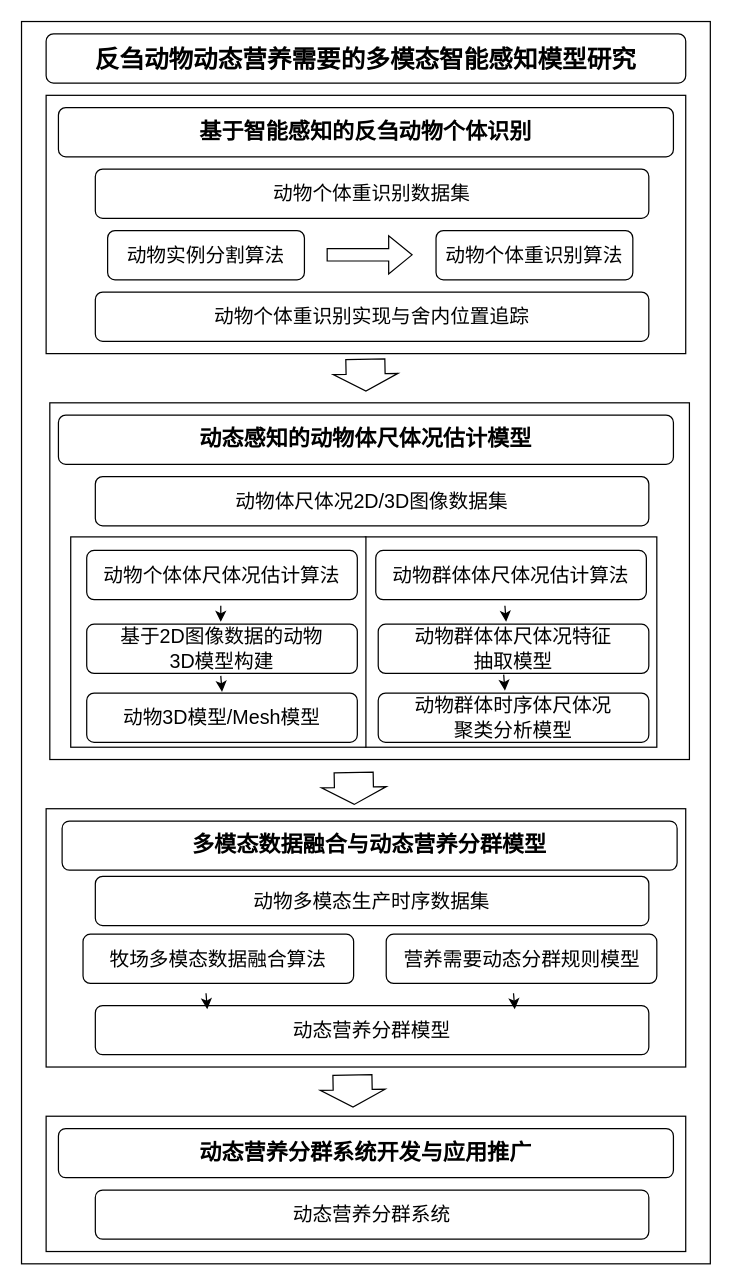
This is 博士研究计划.drawio from yzy1421/Amateur-women-basketball-in-China, a draw.io file, before an edit. Source tidied: cells renumbered, new cells numbered last; positions are measured from the earlier drawing's top-left corner, leaving out a move shared by most shapes. Both pictures are drawn from the tidied source at 123%, with x=0, y=0 at pixel (21, 21).
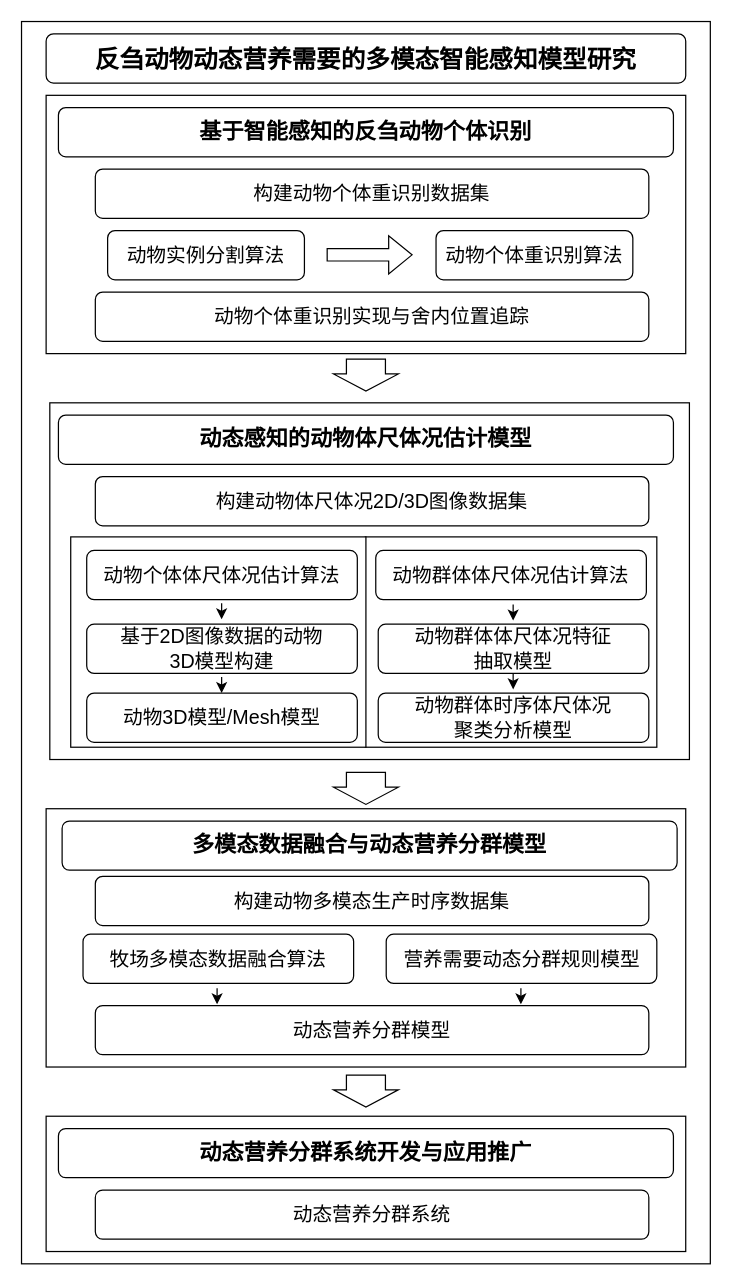
The same page after the edit.

Commit message (it also covers changes not shown here):
更新博士研究计划.drawio

Diff of the diagram source:
```diff
@@
-    <mxCell id="11" value="动物个体重识别数据集" style="rounded=1;whiteSpace=wrap;html=1;fontSize=16;" parent="1" vertex="1">
+    <mxCell id="11" value="构建动物个体重识别数据集" style="rounded=1;whiteSpace=wrap;html=1;fontSize=16;" parent="1" vertex="1">
       <mxGeometry x="60" y="120" width="450" height="40" as="geometry" />
     </mxCell>
@@
     <mxCell id="14" style="shape=flexArrow;endArrow=classic;html=1;rounded=0;width=31.724137931034484;endSize=4.331034482758621;fontSize=14;" parent="1" edge="1">
       <mxGeometry relative="1" as="geometry">
-        <mxPoint x="279.5" y="274" as="sourcePoint" />
+        <mxPoint x="280" y="274" as="sourcePoint" />
         <mxPoint x="280" y="301" as="targetPoint" />
       </mxGeometry>
     </mxCell>
-    <mxCell id="15" value="&lt;p class=&quot;MsoNormal&quot; style=&quot;margin: 0pt; text-align: left; font-family: 宋体;&quot;&gt;&lt;span&gt;动物体尺体况2D/3D图像数据集&lt;/span&gt;&lt;/p&gt;" style="rounded=1;whiteSpace=wrap;html=1;fontSize=16;" parent="1" vertex="1">
+    <mxCell id="15" value="&lt;p class=&quot;MsoNormal&quot; style=&quot;margin: 0pt; text-align: left; font-family: 宋体;&quot;&gt;&lt;span&gt;构建动物体尺体况2D/3D图像数据集&lt;/span&gt;&lt;/p&gt;" style="rounded=1;whiteSpace=wrap;html=1;fontSize=16;" parent="1" vertex="1">
       <mxGeometry x="60" y="370" width="450" height="40" as="geometry" />
     </mxCell>
@@
     <mxCell id="23" style="endArrow=classic;rounded=0;spacing=0;jumpSize=1;fontSize=16;" parent="1" edge="1">
       <mxGeometry relative="1" as="geometry">
-        <mxPoint x="162" y="475" as="sourcePoint" />
-        <mxPoint x="162" y="488" as="targetPoint" />
+        <mxPoint x="162.7" y="473" as="sourcePoint" />
+        <mxPoint x="162.7" y="486" as="targetPoint" />
       </mxGeometry>
     </mxCell>
     <mxCell id="24" style="endArrow=classic;html=1;rounded=0;fontSize=16;" parent="1" edge="1">
       <mxGeometry relative="1" as="geometry">
-        <mxPoint x="393" y="475" as="sourcePoint" />
-        <mxPoint x="394" y="488" as="targetPoint" />
+        <mxPoint x="399.7" y="474" as="sourcePoint" />
+        <mxPoint x="399.7" y="487" as="targetPoint" />
       </mxGeometry>
     </mxCell>
     <mxCell id="25" style="endArrow=classic;html=1;rounded=0;fontSize=16;" parent="1" edge="1">
       <mxGeometry relative="1" as="geometry">
-        <mxPoint x="162" y="532" as="sourcePoint" />
-        <mxPoint x="163" y="545" as="targetPoint" />
+        <mxPoint x="162.7" y="533" as="sourcePoint" />
+        <mxPoint x="162.7" y="546" as="targetPoint" />
       </mxGeometry>
     </mxCell>
     <mxCell id="26" style="endArrow=classic;html=1;rounded=0;fontSize=16;" parent="1" edge="1">
       <mxGeometry relative="1" as="geometry">
-        <mxPoint x="392" y="531" as="sourcePoint" />
-        <mxPoint x="393" y="544" as="targetPoint" />
+        <mxPoint x="399.7" y="530" as="sourcePoint" />
+        <mxPoint x="399.7" y="543" as="targetPoint" />
       </mxGeometry>
     </mxCell>
@@
-    <mxCell id="29" value="&lt;p class=&quot;MsoNormal&quot; style=&quot;margin: 0pt; text-align: left; font-family: 宋体;&quot;&gt;&lt;span&gt;动物多模态生产时序数据集&lt;/span&gt;&lt;/p&gt;" style="rounded=1;whiteSpace=wrap;html=1;fontSize=16;" parent="1" vertex="1">
+    <mxCell id="29" value="&lt;p class=&quot;MsoNormal&quot; style=&quot;margin: 0pt; text-align: left; font-family: 宋体;&quot;&gt;&lt;span&gt;构建动物多模态生产时序数据集&lt;/span&gt;&lt;/p&gt;" style="rounded=1;whiteSpace=wrap;html=1;fontSize=16;" parent="1" vertex="1">
       <mxGeometry x="60" y="695" width="450" height="40" as="geometry" />
     </mxCell>
@@
     <mxCell id="36" style="shape=flexArrow;endArrow=classic;html=1;rounded=0;width=31.724137931034484;endSize=4.331034482758621;fontSize=14;" parent="1" edge="1">
       <mxGeometry relative="1" as="geometry">
-        <mxPoint x="270" y="610" as="sourcePoint" />
-        <mxPoint x="270.5" y="637" as="targetPoint" />
+        <mxPoint x="280" y="610" as="sourcePoint" />
+        <mxPoint x="280" y="637" as="targetPoint" />
       </mxGeometry>
     </mxCell>
     <mxCell id="37" style="endArrow=classic;html=1;rounded=0;fontSize=16;" parent="1" edge="1">
       <mxGeometry relative="1" as="geometry">
-        <mxPoint x="150" y="790" as="sourcePoint" />
-        <mxPoint x="151" y="803" as="targetPoint" />
+        <mxPoint x="159" y="786" as="sourcePoint" />
+        <mxPoint x="159" y="799" as="targetPoint" />
       </mxGeometry>
     </mxCell>
     <mxCell id="38" style="endArrow=classic;html=1;rounded=0;fontSize=16;" parent="1" edge="1">
       <mxGeometry relative="1" as="geometry">
-        <mxPoint x="400" y="790" as="sourcePoint" />
-        <mxPoint x="401" y="803" as="targetPoint" />
+        <mxPoint x="406" y="786" as="sourcePoint" />
+        <mxPoint x="406" y="799" as="targetPoint" />
       </mxGeometry>
     </mxCell>
     <mxCell id="39" style="shape=flexArrow;endArrow=classic;html=1;rounded=0;width=31.724137931034484;endSize=4.331034482758621;fontSize=14;" parent="1" edge="1">
       <mxGeometry relative="1" as="geometry">
-        <mxPoint x="269" y="856" as="sourcePoint" />
-        <mxPoint x="269.5" y="883" as="targetPoint" />
+        <mxPoint x="280" y="856" as="sourcePoint" />
+        <mxPoint x="280" y="883" as="targetPoint" />
       </mxGeometry>
     </mxCell>
```
